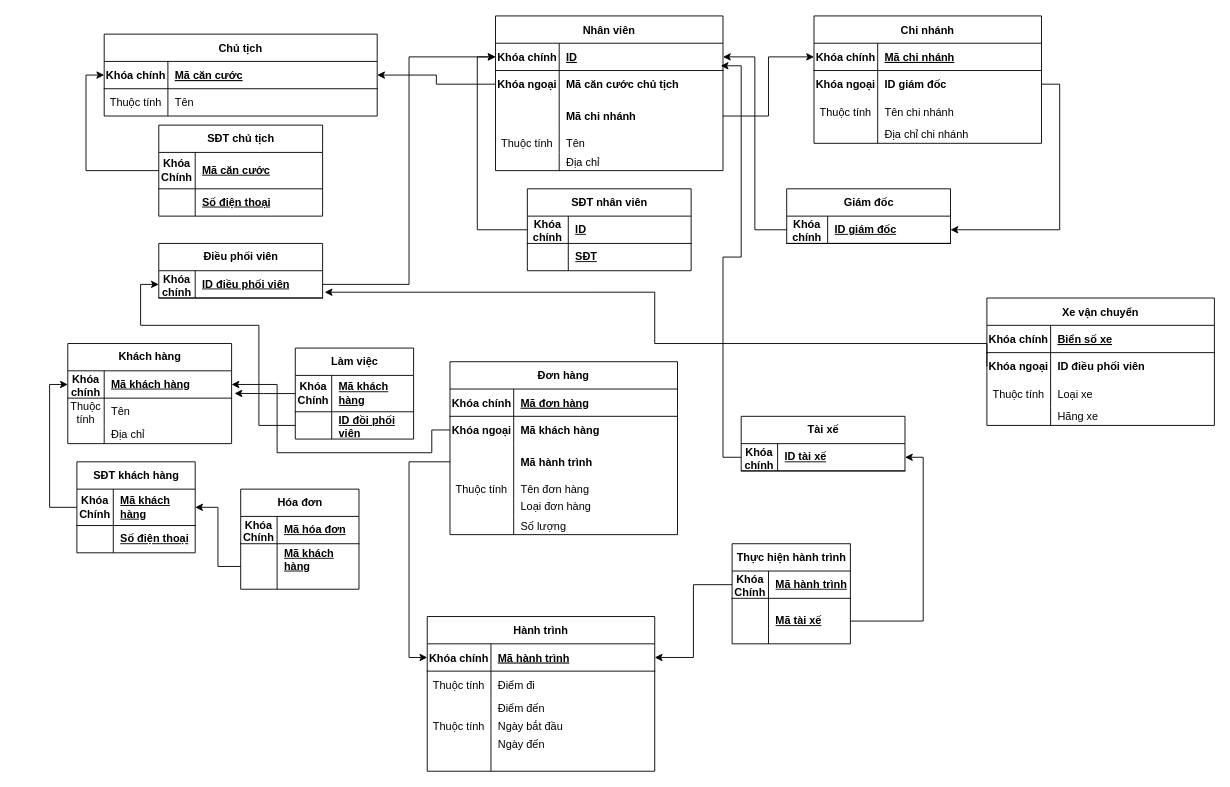
This is Untitled Diagram.drawio from Datbuudien/Luoc_do_quan_he, a draw.io file, before an edit. Source tidied: cells renumbered, new cells numbered last; positions are measured from the earlier drawing's top-left corner, leaving out a move shared by most shapes. Both pictures are drawn from the tidied source at 91%, with x=0, y=0 at pixel (49, 15).
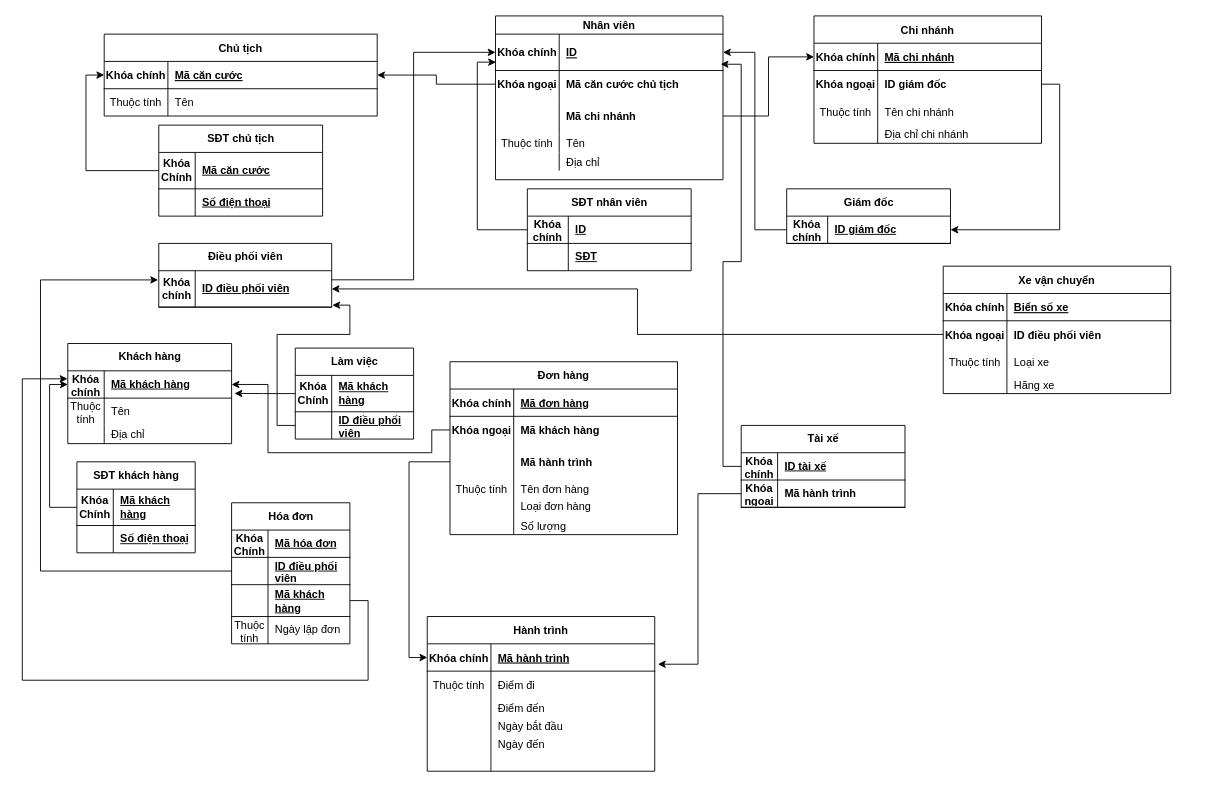
The same page after the edit.

The change refers to these unchanged cells:
```xml
<mxCell id="35" style="shape=tableRow;horizontal=0;startSize=0;swimlaneHead=0;swimlaneBody=0;fillColor=none;points=[[0,0.5],[1,0.5]];portConstraint=eastwest;top=0;left=0;right=0;bottom=1;" parent="34" vertex="1">
  <mxGeometry y="30" width="180" height="30" as="geometry" />
</mxCell>
<mxCell id="48" style="shape=tableRow;horizontal=0;startSize=0;swimlaneHead=0;swimlaneBody=0;fillColor=none;points=[[0,0.5],[1,0.5]];portConstraint=eastwest;top=0;left=0;right=0;bottom=1;" parent="47" vertex="1">
  <mxGeometry y="30" width="180" height="30" as="geometry" />
</mxCell>
<mxCell id="58" style="shape=tableRow;horizontal=0;startSize=0;swimlaneHead=0;swimlaneBody=0;fillColor=none;points=[[0,0.5],[1,0.5]];portConstraint=eastwest;top=0;left=0;right=0;bottom=1;" parent="57" vertex="1">
  <mxGeometry y="30" width="130" height="40" as="geometry" />
</mxCell>
<mxCell id="69" style="shape=tableRow;horizontal=0;startSize=0;swimlaneHead=0;swimlaneBody=0;fillColor=none;points=[[0,0.5],[1,0.5]];portConstraint=eastwest;top=0;left=0;right=0;bottom=0;" parent="65" vertex="1">
  <mxGeometry y="70" width="130" height="30" as="geometry" />
</mxCell>
<mxCell id="86" style="shape=partialRectangle;fillColor=none;points=[[0,0.5],[1,0.5]];portConstraint=eastwest;top=0;left=0;right=0;bottom=0;" parent="82" vertex="1">
  <mxGeometry y="60" width="250" height="30" as="geometry" />
</mxCell>
<mxCell id="103" style="shape=partialRectangle;fillColor=none;points=[[0,0.5],[1,0.5]];portConstraint=eastwest;top=0;left=0;right=0;bottom=1;" parent="102" vertex="1">
  <mxGeometry y="30" width="250" height="30" as="geometry" />
</mxCell>
<mxCell id="112" style="shape=partialRectangle;fillColor=none;top=0;left=0;right=0;bottom=0;" parent="102" vertex="1">
  <mxGeometry y="110" width="250" height="20" as="geometry" />
</mxCell>
<mxCell id="130" style="shape=tableRow;horizontal=0;startSize=0;swimlaneHead=0;swimlaneBody=0;fillColor=none;points=[[0,0.5],[1,0.5]];portConstraint=eastwest;top=0;left=0;right=0;bottom=1;" parent="129" vertex="1">
  <mxGeometry y="30" width="180" height="30" as="geometry" />
</mxCell>
<mxCell id="160" style="shape=partialRectangle;fillColor=none;points=[[0,0.5],[1,0.5]];portConstraint=eastwest;top=0;left=0;right=0;bottom=0;" parent="156" vertex="1">
  <mxGeometry y="60" width="250" height="30" as="geometry" />
</mxCell>
```

Change to the diagram source:
```diff
@@
-    <mxCell id="17" value="Nhân viên" style="shape=table;startSize=30;childLayout=tableLayout;rowLines=0;fontStyle=1;align=center;" parent="1" vertex="1">
-      <mxGeometry x="490" width="250" height="170" as="geometry" />
+    <mxCell id="17" value="Nhân viên" style="shape=table;startSize=20;childLayout=tableLayout;rowLines=0;fontStyle=1;align=center;" parent="1" vertex="1">
+      <mxGeometry x="490" width="250" height="180" as="geometry" />
     </mxCell>
     <mxCell id="18" style="shape=partialRectangle;fillColor=none;points=[[0,0.5],[1,0.5]];portConstraint=eastwest;top=0;left=0;right=0;bottom=1;" parent="17" vertex="1">
-      <mxGeometry y="30" width="250" height="30" as="geometry" />
+      <mxGeometry y="20" width="250" height="40" as="geometry" />
     </mxCell>
     <mxCell id="19" value="Khóa chính" style="shape=partialRectangle;overflow=hidden;fillColor=none;top=0;left=0;bottom=0;right=0;fontStyle=1;" parent="18" vertex="1">
-      <mxGeometry width="70" height="30" as="geometry" />
+      <mxGeometry width="70" height="40" as="geometry" />
     </mxCell>
     <mxCell id="20" value="ID" style="shape=partialRectangle;overflow=hidden;fillColor=none;top=0;left=0;bottom=0;right=0;align=left;spacingLeft=6;fontStyle=5;" parent="18" vertex="1">
-      <mxGeometry x="70" width="180" height="30" as="geometry" />
+      <mxGeometry x="70" width="180" height="40" as="geometry" />
     </mxCell>
@@
-    <mxCell id="41" style="edgeStyle=orthogonalEdgeStyle;rounded=0;jettySize=auto;html=1;entryX=0;entryY=0.5;entryDx=0;entryDy=0;" parent="1" edge="1" source="35" target="18">
-      <mxGeometry relative="1" as="geometry" />
-    </mxCell>
     <mxCell id="42" value="Điều phối viên" style="shape=table;startSize=30;childLayout=tableLayout;rowLines=0;fontStyle=1;align=center;html=1;" parent="1" vertex="1">
-      <mxGeometry x="120" y="250" width="180" height="60" as="geometry" />
+      <mxGeometry x="120" y="250" width="190" height="70" as="geometry" />
     </mxCell>
     <mxCell id="43" style="shape=tableRow;horizontal=0;startSize=0;swimlaneHead=0;swimlaneBody=0;fillColor=none;points=[[0,0.5],[1,0.5]];portConstraint=eastwest;top=0;left=0;right=0;bottom=1;" parent="42" vertex="1">
-      <mxGeometry y="30" width="180" height="30" as="geometry" />
+      <mxGeometry y="30" width="190" height="40" as="geometry" />
     </mxCell>
     <mxCell id="44" value="Khóa chính" style="shape=partialRectangle;fillColor=none;top=0;left=0;bottom=0;right=0;fontStyle=1;overflow=hidden;whiteSpace=wrap;html=1;" parent="43" vertex="1">
-      <mxGeometry width="40" height="30" as="geometry" />
+      <mxGeometry width="40" height="40" as="geometry" />
     </mxCell>
     <mxCell id="45" value="ID điều phối viên" style="shape=partialRectangle;fillColor=none;top=0;left=0;bottom=0;right=0;align=left;spacingLeft=6;fontStyle=5;overflow=hidden;whiteSpace=wrap;html=1;" parent="43" vertex="1">
-      <mxGeometry x="40" width="140" height="30" as="geometry" />
+      <mxGeometry x="40" width="150" height="40" as="geometry" />
     </mxCell>
     <mxCell id="46" style="edgeStyle=orthogonalEdgeStyle;rounded=0;jettySize=auto;html=1;" parent="1" edge="1" source="43" target="18">
-      <mxGeometry relative="1" as="geometry" />
+      <mxGeometry relative="1" as="geometry">
+        <Array as="points">
+          <mxPoint x="400" y="290" />
+          <mxPoint x="400" y="40" />
+        </Array>
+      </mxGeometry>
     </mxCell>
@@
-    <mxCell id="71" value="&lt;b&gt;&lt;u&gt;ID đồi phối viên&lt;/u&gt;&lt;/b&gt;" style="shape=partialRectangle;fillColor=none;top=0;left=0;bottom=0;right=0;align=left;spacingLeft=6;overflow=hidden;whiteSpace=wrap;html=1;" parent="69" vertex="1">
+    <mxCell id="71" value="&lt;b&gt;&lt;u&gt;ID điều phối viên&lt;/u&gt;&lt;/b&gt;" style="shape=partialRectangle;fillColor=none;top=0;left=0;bottom=0;right=0;align=left;spacingLeft=6;overflow=hidden;whiteSpace=wrap;html=1;" parent="69" vertex="1">
       <mxGeometry x="40" width="90" height="30" as="geometry" />
     </mxCell>
-    <mxCell id="72" style="edgeStyle=orthogonalEdgeStyle;rounded=0;jettySize=auto;html=1;exitX=0;exitY=0.5;exitDx=0;exitDy=0;entryX=0;entryY=0.5;entryDx=0;entryDy=0;" parent="1" edge="1" source="69" target="43">
-      <mxGeometry relative="1" as="geometry">
-        <Array as="points">
-          <mxPoint x="230" y="450" />
-          <mxPoint x="230" y="340" />
-          <mxPoint x="100" y="340" />
-          <mxPoint x="100" y="295" />
-        </Array>
-      </mxGeometry>
-    </mxCell>
@@
-    <mxCell id="74" value="Hóa đơn" style="shape=table;startSize=30;childLayout=tableLayout;rowLines=0;fontStyle=1;align=center;html=1;" parent="1" vertex="1">
-      <mxGeometry x="210" y="520" width="130" height="110" as="geometry" />
-    </mxCell>
-    <mxCell id="75" style="shape=tableRow;horizontal=0;startSize=0;swimlaneHead=0;swimlaneBody=0;fillColor=none;top=0;left=0;right=0;bottom=1;" parent="74" vertex="1">
-      <mxGeometry y="30" width="130" height="30" as="geometry" />
-    </mxCell>
-    <mxCell id="76" value="Khóa Chính" style="shape=partialRectangle;fillColor=none;top=0;left=0;bottom=0;right=0;fontStyle=1;overflow=hidden;whiteSpace=wrap;html=1;" parent="75" vertex="1">
-      <mxGeometry width="40" height="30" as="geometry" />
-    </mxCell>
-    <mxCell id="77" value="Mã hóa đơn" style="shape=partialRectangle;fillColor=none;top=0;left=0;bottom=0;right=0;align=left;spacingLeft=6;fontStyle=5;overflow=hidden;whiteSpace=wrap;html=1;" parent="75" vertex="1">
-      <mxGeometry x="40" width="90" height="30" as="geometry" />
-    </mxCell>
-    <mxCell id="78" style="shape=tableRow;horizontal=0;startSize=0;swimlaneHead=0;swimlaneBody=0;fillColor=none;points=[[0,0.5],[1,0.5]];portConstraint=eastwest;top=0;left=0;right=0;bottom=0;" parent="74" vertex="1">
-      <mxGeometry y="60" width="130" height="50" as="geometry" />
-    </mxCell>
-    <mxCell id="79" style="shape=partialRectangle;fillColor=none;top=0;left=0;bottom=0;right=0;overflow=hidden;whiteSpace=wrap;html=1;dashed=1;" parent="78" vertex="1">
-      <mxGeometry width="40" height="50" as="geometry" />
-    </mxCell>
-    <mxCell id="80" value="&lt;b&gt;&lt;u&gt;Mã khách hàng&lt;br&gt;&lt;br&gt;&lt;/u&gt;&lt;/b&gt;" style="shape=partialRectangle;fillColor=none;top=0;left=0;bottom=0;right=0;align=left;spacingLeft=6;overflow=hidden;whiteSpace=wrap;html=1;" parent="78" vertex="1">
-      <mxGeometry x="40" width="90" height="50" as="geometry" />
-    </mxCell>
-    <mxCell id="81" style="edgeStyle=orthogonalEdgeStyle;rounded=0;jettySize=auto;html=1;entryX=1;entryY=0.5;entryDx=0;entryDy=0;" parent="1" edge="1" source="78" target="58">
-      <mxGeometry relative="1" as="geometry" />
-    </mxCell>
@@
     <mxCell id="101" style="edgeStyle=orthogonalEdgeStyle;rounded=0;jettySize=auto;html=1;entryX=1;entryY=0.5;entryDx=0;entryDy=0;" parent="1" edge="1" source="86" target="48">
       <mxGeometry relative="1" as="geometry">
         <Array as="points">
           <mxPoint x="420" y="455" />
           <mxPoint x="420" y="480" />
-          <mxPoint x="250" y="480" />
-          <mxPoint x="250" y="405" />
+          <mxPoint x="240" y="480" />
+          <mxPoint x="240" y="405" />
         </Array>
       </mxGeometry>
     </mxCell>
@@
-    <mxCell id="113" value="Thuộc tính" style="shape=partialRectangle;overflow=hidden;fillColor=none;top=0;left=0;bottom=0;right=0;" parent="112" vertex="1">
+    <mxCell id="113" style="shape=partialRectangle;overflow=hidden;fillColor=none;top=0;left=0;bottom=0;right=0;" parent="112" vertex="1">
       <mxGeometry width="70" height="20" as="geometry" />
     </mxCell>
@@
-    <mxCell id="122" value="Thực hiện hành trình" style="shape=table;startSize=30;childLayout=tableLayout;rowLines=0;fontStyle=1;align=center;html=1;" parent="1" vertex="1">
-      <mxGeometry x="750" y="580" width="130" height="110" as="geometry" />
-    </mxCell>
-    <mxCell id="123" style="shape=tableRow;horizontal=0;startSize=0;swimlaneHead=0;swimlaneBody=0;fillColor=none;points=[[0,0.5],[1,0.5]];portConstraint=eastwest;top=0;left=0;right=0;bottom=1;" parent="122" vertex="1">
-      <mxGeometry y="30" width="130" height="30" as="geometry" />
-    </mxCell>
-    <mxCell id="124" value="Khóa Chính" style="shape=partialRectangle;fillColor=none;top=0;left=0;bottom=0;right=0;fontStyle=1;overflow=hidden;whiteSpace=wrap;html=1;" parent="123" vertex="1">
-      <mxGeometry width="40" height="30" as="geometry" />
-    </mxCell>
-    <mxCell id="125" value="Mã hành trình" style="shape=partialRectangle;fillColor=none;top=0;left=0;bottom=0;right=0;align=left;spacingLeft=6;fontStyle=5;overflow=hidden;whiteSpace=wrap;html=1;" parent="123" vertex="1">
-      <mxGeometry x="40" width="90" height="30" as="geometry" />
-    </mxCell>
-    <mxCell id="126" style="shape=tableRow;horizontal=0;startSize=0;swimlaneHead=0;swimlaneBody=0;fillColor=none;points=[[0,0.5],[1,0.5]];portConstraint=eastwest;top=0;left=0;right=0;bottom=0;" parent="122" vertex="1">
-      <mxGeometry y="60" width="130" height="50" as="geometry" />
-    </mxCell>
-    <mxCell id="127" style="shape=partialRectangle;fillColor=none;top=0;left=0;bottom=0;right=0;overflow=hidden;whiteSpace=wrap;html=1;dashed=1;" parent="126" vertex="1">
-      <mxGeometry width="40" height="50" as="geometry" />
-    </mxCell>
-    <mxCell id="128" value="&lt;b&gt;&lt;u&gt;Mã tài xế&lt;/u&gt;&lt;/b&gt;" style="shape=partialRectangle;fillColor=none;top=0;left=0;bottom=0;right=0;align=left;spacingLeft=6;overflow=hidden;whiteSpace=wrap;html=1;" parent="126" vertex="1">
-      <mxGeometry x="40" width="90" height="50" as="geometry" />
-    </mxCell>
     <mxCell id="129" value="Tài xế" style="shape=table;startSize=30;childLayout=tableLayout;rowLines=0;fontStyle=1;align=center;html=1;" parent="1" vertex="1">
-      <mxGeometry x="760" y="440" width="180" height="60" as="geometry" />
+      <mxGeometry x="760" y="450" width="180" height="90" as="geometry" />
     </mxCell>
@@
-    <mxCell id="133" style="edgeStyle=orthogonalEdgeStyle;rounded=0;jettySize=auto;html=1;exitX=1;exitY=0.5;exitDx=0;exitDy=0;entryX=1;entryY=0.5;entryDx=0;entryDy=0;" parent="1" edge="1" source="126" target="130">
-      <mxGeometry relative="1" as="geometry" />
-    </mxCell>
-    <mxCell id="134" style="edgeStyle=orthogonalEdgeStyle;rounded=0;jettySize=auto;html=1;exitX=0;exitY=0.5;exitDx=0;exitDy=0;entryX=1;entryY=0.5;entryDx=0;entryDy=0;" parent="1" edge="1" source="123" target="103">
-      <mxGeometry relative="1" as="geometry" />
-    </mxCell>
+    <mxCell id="170" style="shape=tableRow;horizontal=0;startSize=0;swimlaneHead=0;swimlaneBody=0;fillColor=none;points=[[0,0.5],[1,0.5]];portConstraint=eastwest;top=0;left=0;right=0;bottom=1;" parent="129" vertex="1">
+      <mxGeometry y="60" width="180" height="30" as="geometry" />
+    </mxCell>
+    <mxCell id="171" value="Khóa ngoại" style="shape=partialRectangle;fillColor=none;top=0;left=0;bottom=0;right=0;fontStyle=1;overflow=hidden;whiteSpace=wrap;html=1;" parent="170" vertex="1">
+      <mxGeometry width="40" height="30" as="geometry" />
+    </mxCell>
+    <mxCell id="125" value="Mã hành trình" style="shape=partialRectangle;fillColor=none;top=0;left=0;bottom=0;right=0;align=left;spacingLeft=6;fontStyle=1;overflow=hidden;whiteSpace=wrap;html=1;" parent="170" vertex="1">
+      <mxGeometry x="40" width="140" height="30" as="geometry" />
+    </mxCell>
@@
     <mxCell id="156" value="Xe vận chuyển" style="shape=table;startSize=30;childLayout=tableLayout;rowLines=0;fontStyle=1;align=center;" parent="1" vertex="1">
-      <mxGeometry x="1030" y="310" width="250" height="140" as="geometry" />
+      <mxGeometry x="982" y="275" width="250" height="140" as="geometry" />
     </mxCell>
@@
+    <mxCell id="41" style="edgeStyle=orthogonalEdgeStyle;rounded=0;jettySize=auto;html=1;exitX=0;exitY=0.5;exitDx=0;exitDy=0;entryX=0.002;entryY=0.77;entryDx=0;entryDy=0;entryPerimeter=0;" parent="1" edge="1" source="35" target="18">
+      <mxGeometry relative="1" as="geometry" />
+    </mxCell>
+    <mxCell id="74" value="Hóa đơn" style="shape=table;startSize=30;childLayout=tableLayout;rowLines=0;fontStyle=1;align=center;html=1;" parent="1" vertex="1">
+      <mxGeometry x="200" y="535" width="130" height="155" as="geometry" />
+    </mxCell>
+    <mxCell id="172" style="shape=tableRow;horizontal=0;startSize=0;swimlaneHead=0;swimlaneBody=0;fillColor=none;top=0;left=0;right=0;bottom=1;" parent="74" vertex="1">
+      <mxGeometry y="30" width="130" height="30" as="geometry" />
+    </mxCell>
+    <mxCell id="173" value="Khóa Chính" style="shape=partialRectangle;fillColor=none;top=0;left=0;bottom=0;right=0;fontStyle=1;overflow=hidden;whiteSpace=wrap;html=1;" parent="172" vertex="1">
+      <mxGeometry width="40" height="30" as="geometry" />
+    </mxCell>
+    <mxCell id="77" value="Mã hóa đơn" style="shape=partialRectangle;fillColor=none;top=0;left=0;bottom=0;right=0;align=left;spacingLeft=6;fontStyle=5;overflow=hidden;whiteSpace=wrap;html=1;" parent="172" vertex="1">
+      <mxGeometry x="40" width="90" height="30" as="geometry" />
+    </mxCell>
+    <mxCell id="174" style="shape=tableRow;horizontal=0;startSize=0;swimlaneHead=0;swimlaneBody=0;fillColor=none;points=[[0,0.5],[1,0.5]];portConstraint=eastwest;top=0;left=0;right=0;bottom=1;" parent="74" vertex="1">
+      <mxGeometry y="60" width="130" height="30" as="geometry" />
+    </mxCell>
+    <mxCell id="175" style="shape=partialRectangle;fillColor=none;top=0;left=0;bottom=0;right=0;fontStyle=1;overflow=hidden;whiteSpace=wrap;html=1;" parent="174" vertex="1">
+      <mxGeometry width="40" height="30" as="geometry" />
+    </mxCell>
+    <mxCell id="176" value="ID điều phối viên" style="shape=partialRectangle;fillColor=none;top=0;left=0;bottom=0;right=0;align=left;spacingLeft=6;fontStyle=5;overflow=hidden;whiteSpace=wrap;html=1;" parent="174" vertex="1">
+      <mxGeometry x="40" width="90" height="30" as="geometry" />
+    </mxCell>
+    <mxCell id="177" style="shape=tableRow;horizontal=0;startSize=0;swimlaneHead=0;swimlaneBody=0;fillColor=none;points=[[0,0.5],[1,0.5]];portConstraint=eastwest;top=0;left=0;right=0;bottom=1;" parent="74" vertex="1">
+      <mxGeometry y="90" width="130" height="35" as="geometry" />
+    </mxCell>
+    <mxCell id="178" style="shape=partialRectangle;fillColor=none;top=0;left=0;bottom=0;right=0;fontStyle=1;overflow=hidden;whiteSpace=wrap;html=1;" parent="177" vertex="1">
+      <mxGeometry width="40" height="35" as="geometry" />
+    </mxCell>
+    <mxCell id="80" value="Mã khách hàng" style="shape=partialRectangle;fillColor=none;top=0;left=0;bottom=0;right=0;align=left;spacingLeft=6;fontStyle=5;overflow=hidden;whiteSpace=wrap;html=1;" parent="177" vertex="1">
+      <mxGeometry x="40" width="90" height="35" as="geometry" />
+    </mxCell>
+    <mxCell id="179" style="shape=tableRow;horizontal=0;startSize=0;swimlaneHead=0;swimlaneBody=0;fillColor=none;top=0;left=0;right=0;bottom=0;" parent="74" vertex="1">
+      <mxGeometry y="125" width="130" height="30" as="geometry" />
+    </mxCell>
+    <mxCell id="180" value="Thuộc tính" style="shape=partialRectangle;fillColor=none;top=0;left=0;bottom=0;right=0;overflow=hidden;whiteSpace=wrap;html=1;dashed=1;" parent="179" vertex="1">
+      <mxGeometry width="40" height="30" as="geometry" />
+    </mxCell>
+    <mxCell id="181" value="Ngày lập đơn" style="shape=partialRectangle;fillColor=none;top=0;left=0;bottom=0;right=0;align=left;spacingLeft=6;overflow=hidden;whiteSpace=wrap;html=1;" parent="179" vertex="1">
+      <mxGeometry x="40" width="90" height="30" as="geometry" />
+    </mxCell>
+    <mxCell id="182" style="edgeStyle=orthogonalEdgeStyle;rounded=0;jettySize=auto;html=1;exitX=0;exitY=0.5;exitDx=0;exitDy=0;entryX=-0.004;entryY=0.253;entryDx=0;entryDy=0;entryPerimeter=0;" parent="1" edge="1" source="174" target="43">
+      <mxGeometry relative="1" as="geometry">
+        <Array as="points">
+          <mxPoint x="-10" y="610" />
+          <mxPoint x="-10" y="290" />
+        </Array>
+      </mxGeometry>
+    </mxCell>
+    <mxCell id="183" style="edgeStyle=orthogonalEdgeStyle;rounded=0;jettySize=auto;html=1;exitX=1;exitY=0.5;exitDx=0;exitDy=0;entryX=-0.002;entryY=0.293;entryDx=0;entryDy=0;entryPerimeter=0;" parent="1" edge="1" source="177" target="48">
+      <mxGeometry relative="1" as="geometry">
+        <Array as="points">
+          <mxPoint x="350" y="643" />
+          <mxPoint x="350" y="730" />
+          <mxPoint x="-30" y="730" />
+          <mxPoint x="-30" y="399" />
+        </Array>
+      </mxGeometry>
+    </mxCell>
+    <mxCell id="184" style="edgeStyle=orthogonalEdgeStyle;rounded=0;jettySize=auto;html=1;exitX=0;exitY=0.5;exitDx=0;exitDy=0;entryX=1.014;entryY=0.747;entryDx=0;entryDy=0;entryPerimeter=0;" parent="1" edge="1" source="170" target="103">
+      <mxGeometry relative="1" as="geometry" />
+    </mxCell>
+    <mxCell id="72" style="edgeStyle=orthogonalEdgeStyle;rounded=0;jettySize=auto;html=1;exitX=0;exitY=0.5;exitDx=0;exitDy=0;entryX=1.004;entryY=0.946;entryDx=0;entryDy=0;entryPerimeter=0;" parent="1" edge="1" source="69" target="43">
+      <mxGeometry relative="1" as="geometry">
+        <Array as="points">
+          <mxPoint x="250" y="450" />
+          <mxPoint x="250" y="350" />
+          <mxPoint x="330" y="350" />
+          <mxPoint x="330" y="318" />
+        </Array>
+      </mxGeometry>
+    </mxCell>
-    <mxCell id="169" style="edgeStyle=orthogonalEdgeStyle;rounded=0;jettySize=auto;html=1;exitX=0;exitY=0.5;exitDx=0;exitDy=0;entryX=1.013;entryY=0.787;entryDx=0;entryDy=0;entryPerimeter=0;" parent="1" edge="1" source="160" target="43">
-      <mxGeometry relative="1" as="geometry">
-        <Array as="points">
-          <mxPoint x="1030" y="360" />
-          <mxPoint x="665" y="360" />
-          <mxPoint x="665" y="304" />
-        </Array>
-      </mxGeometry>
+    <mxCell id="169" style="edgeStyle=orthogonalEdgeStyle;rounded=0;jettySize=auto;html=1;entryX=1;entryY=0.5;entryDx=0;entryDy=0;" parent="1" edge="1" source="160" target="43">
+      <mxGeometry relative="1" as="geometry" />
     </mxCell>
```
